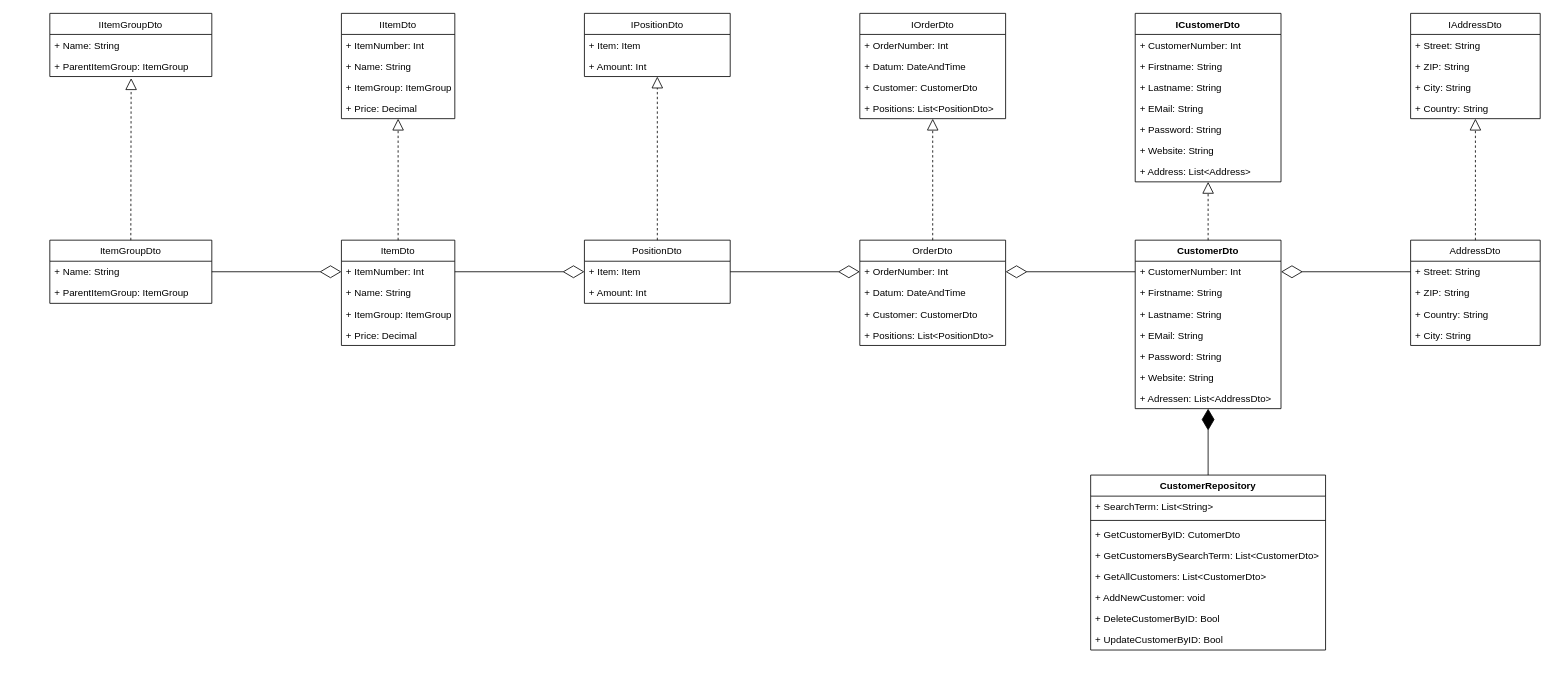
This is JobManagement/Designs/UML_DataAccessLayer.drawio from smat91/JobManagement, a draw.io file, before an edit. Source tidied: cells renumbered, new cells numbered last; positions are measured from the earlier drawing's top-left corner, leaving out a move shared by most shapes. Both pictures are drawn from the tidied source at 81%, with x=0, y=0 at pixel (49, 13).
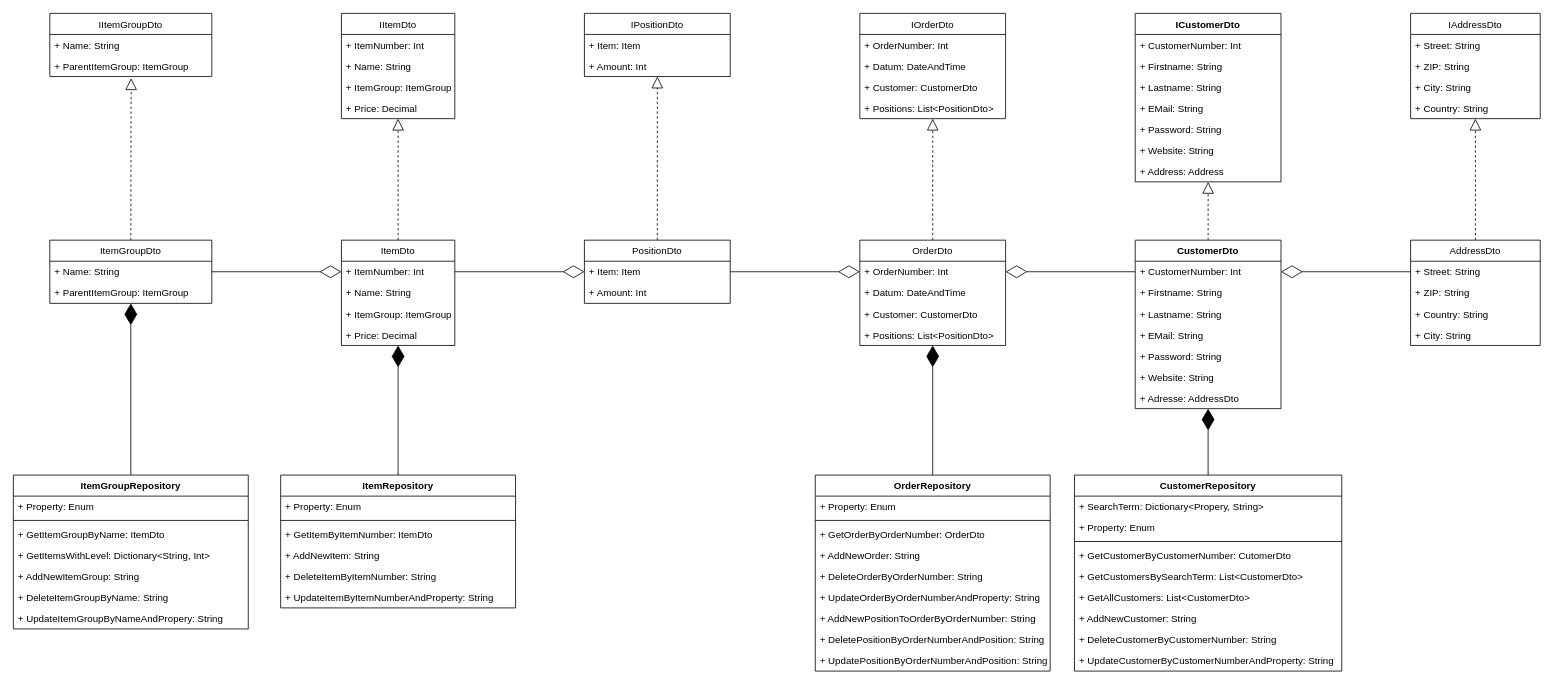
Above is the later version.

Unchanged cells that the change refers to:
```xml
<mxCell id="2" value="ICustomerDto" style="swimlane;fontStyle=1;align=center;verticalAlign=top;horizontal=1;startSize=26;" parent="1" vertex="1">
  <mxGeometry x="1340" width="180" height="208" as="geometry" />
</mxCell>
<mxCell id="10" value="CustomerDto" style="swimlane;fontStyle=1;align=center;verticalAlign=top;horizontal=1;startSize=26;" parent="1" vertex="1">
  <mxGeometry x="1340" y="280" width="180" height="208" as="geometry" />
</mxCell>
<mxCell id="31" value="ItemGroupDto" style="swimlane;fontStyle=0;horizontal=1;startSize=26;fillColor=none;labelBackgroundColor=none;" parent="1" vertex="1">
  <mxGeometry y="280" width="200" height="78" as="geometry" />
</mxCell>
<mxCell id="39" value="ItemDto" style="swimlane;fontStyle=0;horizontal=1;startSize=26;fillColor=none;labelBackgroundColor=none;" parent="1" vertex="1">
  <mxGeometry x="360" y="280" width="140" height="130" as="geometry" />
</mxCell>
<mxCell id="56" value="OrderDto" style="swimlane;fontStyle=0;horizontal=1;startSize=26;fillColor=none;labelBackgroundColor=none;" parent="1" vertex="1">
  <mxGeometry x="1000" y="280" width="180" height="130" as="geometry" />
</mxCell>
```

Change to the diagram source:
```diff
@@
-    <mxCell id="9" value="+ Address: List&lt;Address&gt;" style="text;strokeColor=none;fillColor=none;align=left;verticalAlign=top;spacingLeft=4;spacingRight=4;overflow=hidden;points=[[0,0.5],[1,0.5]];portConstraint=eastwest;" parent="2" vertex="1">
+    <mxCell id="9" value="+ Address: Address" style="text;strokeColor=none;fillColor=none;align=left;verticalAlign=top;spacingLeft=4;spacingRight=4;overflow=hidden;points=[[0,0.5],[1,0.5]];portConstraint=eastwest;" parent="2" vertex="1">
       <mxGeometry y="182" width="180" height="26" as="geometry" />
     </mxCell>
@@
-    <mxCell id="17" value="+ Adressen: List&lt;AddressDto&gt;" style="text;strokeColor=none;fillColor=none;align=left;verticalAlign=top;spacingLeft=4;spacingRight=4;overflow=hidden;points=[[0,0.5],[1,0.5]];portConstraint=eastwest;" parent="10" vertex="1">
+    <mxCell id="17" value="+ Adresse: AddressDto" style="text;strokeColor=none;fillColor=none;align=left;verticalAlign=top;spacingLeft=4;spacingRight=4;overflow=hidden;points=[[0,0.5],[1,0.5]];portConstraint=eastwest;" parent="10" vertex="1">
       <mxGeometry y="182" width="180" height="26" as="geometry" />
     </mxCell>
@@
     <mxCell id="44" value="CustomerRepository" style="swimlane;fontStyle=1;align=center;verticalAlign=top;horizontal=1;startSize=26;labelBackgroundColor=none;" parent="1" vertex="1">
-      <mxGeometry x="1285" y="570" width="290" height="216" as="geometry" />
+      <mxGeometry x="1265" y="570" width="330" height="242" as="geometry" />
     </mxCell>
-    <mxCell id="45" value="+ SearchTerm: List&lt;String&gt;" style="text;strokeColor=none;fillColor=none;align=left;verticalAlign=top;spacingLeft=4;spacingRight=4;overflow=hidden;labelBackgroundColor=none;" parent="44" vertex="1">
-      <mxGeometry y="26" width="290" height="26" as="geometry" />
+    <mxCell id="45" value="+ SearchTerm: Dictionary&lt;Propery, String&gt;" style="text;strokeColor=none;fillColor=none;align=left;verticalAlign=top;spacingLeft=4;spacingRight=4;overflow=hidden;labelBackgroundColor=none;" parent="44" vertex="1">
+      <mxGeometry y="26" width="330" height="26" as="geometry" />
     </mxCell>
+    <mxCell id="81" value="+ Property: Enum" style="text;strokeColor=none;fillColor=none;align=left;verticalAlign=top;spacingLeft=4;spacingRight=4;overflow=hidden;" parent="44" vertex="1">
+      <mxGeometry y="52" width="330" height="26" as="geometry" />
+    </mxCell>
     <mxCell id="46" style="line;strokeWidth=1;fillColor=none;align=left;verticalAlign=middle;spacingTop=-1;spacingLeft=3;spacingRight=3;labelPosition=right;labelBackgroundColor=none;" parent="44" vertex="1">
-      <mxGeometry y="52" width="290" height="8" as="geometry" />
+      <mxGeometry y="78" width="330" height="8" as="geometry" />
     </mxCell>
-    <mxCell id="47" value="+ GetCustomerByID: CutomerDto" style="text;strokeColor=none;fillColor=none;align=left;verticalAlign=top;spacingLeft=4;spacingRight=4;overflow=hidden;labelBackgroundColor=none;" parent="44" vertex="1">
-      <mxGeometry y="60" width="290" height="26" as="geometry" />
+    <mxCell id="47" value="+ GetCustomerByCustomerNumber: CutomerDto" style="text;strokeColor=none;fillColor=none;align=left;verticalAlign=top;spacingLeft=4;spacingRight=4;overflow=hidden;labelBackgroundColor=none;" parent="44" vertex="1">
+      <mxGeometry y="86" width="330" height="26" as="geometry" />
     </mxCell>
     <mxCell id="48" value="+ GetCustomersBySearchTerm: List&lt;CustomerDto&gt;" style="text;strokeColor=none;fillColor=none;align=left;verticalAlign=top;spacingLeft=4;spacingRight=4;overflow=hidden;" parent="44" vertex="1">
-      <mxGeometry y="86" width="290" height="26" as="geometry" />
+      <mxGeometry y="112" width="330" height="26" as="geometry" />
     </mxCell>
     <mxCell id="49" value="+ GetAllCustomers: List&lt;CustomerDto&gt;" style="text;strokeColor=none;fillColor=none;align=left;verticalAlign=top;spacingLeft=4;spacingRight=4;overflow=hidden;" parent="44" vertex="1">
-      <mxGeometry y="112" width="290" height="26" as="geometry" />
+      <mxGeometry y="138" width="330" height="26" as="geometry" />
     </mxCell>
-    <mxCell id="50" value="+ AddNewCustomer: void" style="text;strokeColor=none;fillColor=none;align=left;verticalAlign=top;spacingLeft=4;spacingRight=4;overflow=hidden;" parent="44" vertex="1">
-      <mxGeometry y="138" width="290" height="26" as="geometry" />
+    <mxCell id="50" value="+ AddNewCustomer: String" style="text;strokeColor=none;fillColor=none;align=left;verticalAlign=top;spacingLeft=4;spacingRight=4;overflow=hidden;" parent="44" vertex="1">
+      <mxGeometry y="164" width="330" height="26" as="geometry" />
     </mxCell>
-    <mxCell id="51" value="+ DeleteCustomerByID: Bool" style="text;strokeColor=none;fillColor=none;align=left;verticalAlign=top;spacingLeft=4;spacingRight=4;overflow=hidden;" parent="44" vertex="1">
-      <mxGeometry y="164" width="290" height="26" as="geometry" />
+    <mxCell id="51" value="+ DeleteCustomerByCustomerNumber: String" style="text;strokeColor=none;fillColor=none;align=left;verticalAlign=top;spacingLeft=4;spacingRight=4;overflow=hidden;" parent="44" vertex="1">
+      <mxGeometry y="190" width="330" height="26" as="geometry" />
     </mxCell>
-    <mxCell id="52" value="+ UpdateCustomerByID: Bool" style="text;strokeColor=none;fillColor=none;align=left;verticalAlign=top;spacingLeft=4;spacingRight=4;overflow=hidden;" parent="44" vertex="1">
-      <mxGeometry y="190" width="290" height="26" as="geometry" />
+    <mxCell id="52" value="+ UpdateCustomerByCustomerNumberAndProperty: String" style="text;strokeColor=none;fillColor=none;align=left;verticalAlign=top;spacingLeft=4;spacingRight=4;overflow=hidden;" parent="44" vertex="1">
+      <mxGeometry y="216" width="330" height="26" as="geometry" />
     </mxCell>
@@
+    <mxCell id="82" value="OrderRepository" style="swimlane;fontStyle=1;align=center;verticalAlign=top;horizontal=1;startSize=26;labelBackgroundColor=none;" parent="1" vertex="1">
+      <mxGeometry x="945" y="570" width="290" height="242" as="geometry" />
+    </mxCell>
+    <mxCell id="83" value="+ Property: Enum" style="text;strokeColor=none;fillColor=none;align=left;verticalAlign=top;spacingLeft=4;spacingRight=4;overflow=hidden;" parent="82" vertex="1">
+      <mxGeometry y="26" width="290" height="26" as="geometry" />
+    </mxCell>
+    <mxCell id="84" style="line;strokeWidth=1;fillColor=none;align=left;verticalAlign=middle;spacingTop=-1;spacingLeft=3;spacingRight=3;labelPosition=right;labelBackgroundColor=none;" parent="82" vertex="1">
+      <mxGeometry y="52" width="290" height="8" as="geometry" />
+    </mxCell>
+    <mxCell id="85" value="+ GetOrderByOrderNumber: OrderDto" style="text;strokeColor=none;fillColor=none;align=left;verticalAlign=top;spacingLeft=4;spacingRight=4;overflow=hidden;labelBackgroundColor=none;" parent="82" vertex="1">
+      <mxGeometry y="60" width="290" height="26" as="geometry" />
+    </mxCell>
+    <mxCell id="86" value="+ AddNewOrder: String" style="text;strokeColor=none;fillColor=none;align=left;verticalAlign=top;spacingLeft=4;spacingRight=4;overflow=hidden;" parent="82" vertex="1">
+      <mxGeometry y="86" width="290" height="26" as="geometry" />
+    </mxCell>
+    <mxCell id="87" value="+ DeleteOrderByOrderNumber: String" style="text;strokeColor=none;fillColor=none;align=left;verticalAlign=top;spacingLeft=4;spacingRight=4;overflow=hidden;" parent="82" vertex="1">
+      <mxGeometry y="112" width="290" height="26" as="geometry" />
+    </mxCell>
+    <mxCell id="88" value="+ UpdateOrderByOrderNumberAndProperty: String" style="text;strokeColor=none;fillColor=none;align=left;verticalAlign=top;spacingLeft=4;spacingRight=4;overflow=hidden;" parent="82" vertex="1">
+      <mxGeometry y="138" width="290" height="26" as="geometry" />
+    </mxCell>
+    <mxCell id="89" value="+ AddNewPositionToOrderByOrderNumber: String" style="text;strokeColor=none;fillColor=none;align=left;verticalAlign=top;spacingLeft=4;spacingRight=4;overflow=hidden;" parent="82" vertex="1">
+      <mxGeometry y="164" width="290" height="26" as="geometry" />
+    </mxCell>
+    <mxCell id="90" value="+ DeletePositionByOrderNumberAndPosition: String" style="text;strokeColor=none;fillColor=none;align=left;verticalAlign=top;spacingLeft=4;spacingRight=4;overflow=hidden;" parent="82" vertex="1">
+      <mxGeometry y="190" width="290" height="26" as="geometry" />
+    </mxCell>
+    <mxCell id="91" value="+ UpdatePositionByOrderNumberAndPosition: String" style="text;strokeColor=none;fillColor=none;align=left;verticalAlign=top;spacingLeft=4;spacingRight=4;overflow=hidden;" parent="82" vertex="1">
+      <mxGeometry y="216" width="290" height="26" as="geometry" />
+    </mxCell>
+    <mxCell id="92" style="endArrow=diamondThin;endFill=1;endSize=24;html=1;rounded=0;" parent="1" edge="1" source="82" target="56">
+      <mxGeometry relative="1" as="geometry" />
+    </mxCell>
+    <mxCell id="93" value="ItemRepository" style="swimlane;fontStyle=1;align=center;verticalAlign=top;horizontal=1;startSize=26;labelBackgroundColor=none;" parent="1" vertex="1">
+      <mxGeometry x="285" y="570" width="290" height="164" as="geometry" />
+    </mxCell>
+    <mxCell id="94" value="+ Property: Enum" style="text;strokeColor=none;fillColor=none;align=left;verticalAlign=top;spacingLeft=4;spacingRight=4;overflow=hidden;" parent="93" vertex="1">
+      <mxGeometry y="26" width="290" height="26" as="geometry" />
+    </mxCell>
+    <mxCell id="95" style="line;strokeWidth=1;fillColor=none;align=left;verticalAlign=middle;spacingTop=-1;spacingLeft=3;spacingRight=3;labelPosition=right;labelBackgroundColor=none;" parent="93" vertex="1">
+      <mxGeometry y="52" width="290" height="8" as="geometry" />
+    </mxCell>
+    <mxCell id="96" value="+ GetItemByItemNumber: ItemDto" style="text;strokeColor=none;fillColor=none;align=left;verticalAlign=top;spacingLeft=4;spacingRight=4;overflow=hidden;labelBackgroundColor=none;" parent="93" vertex="1">
+      <mxGeometry y="60" width="290" height="26" as="geometry" />
+    </mxCell>
+    <mxCell id="97" value="+ AddNewItem: String" style="text;strokeColor=none;fillColor=none;align=left;verticalAlign=top;spacingLeft=4;spacingRight=4;overflow=hidden;" parent="93" vertex="1">
+      <mxGeometry y="86" width="290" height="26" as="geometry" />
+    </mxCell>
+    <mxCell id="98" value="+ DeleteItemByItemNumber: String" style="text;strokeColor=none;fillColor=none;align=left;verticalAlign=top;spacingLeft=4;spacingRight=4;overflow=hidden;" parent="93" vertex="1">
+      <mxGeometry y="112" width="290" height="26" as="geometry" />
+    </mxCell>
+    <mxCell id="99" value="+ UpdateItemByItemNumberAndProperty: String" style="text;strokeColor=none;fillColor=none;align=left;verticalAlign=top;spacingLeft=4;spacingRight=4;overflow=hidden;" parent="93" vertex="1">
+      <mxGeometry y="138" width="290" height="26" as="geometry" />
+    </mxCell>
+    <mxCell id="100" style="endArrow=diamondThin;endFill=1;endSize=24;html=1;rounded=0;" parent="1" edge="1" source="93" target="39">
+      <mxGeometry relative="1" as="geometry" />
+    </mxCell>
+    <mxCell id="101" value="ItemGroupRepository" style="swimlane;fontStyle=1;align=center;verticalAlign=top;horizontal=1;startSize=26;labelBackgroundColor=none;" parent="1" vertex="1">
+      <mxGeometry x="-45" y="570" width="290" height="190" as="geometry" />
+    </mxCell>
+    <mxCell id="102" value="+ Property: Enum" style="text;strokeColor=none;fillColor=none;align=left;verticalAlign=top;spacingLeft=4;spacingRight=4;overflow=hidden;" parent="101" vertex="1">
+      <mxGeometry y="26" width="290" height="26" as="geometry" />
+    </mxCell>
+    <mxCell id="103" style="line;strokeWidth=1;fillColor=none;align=left;verticalAlign=middle;spacingTop=-1;spacingLeft=3;spacingRight=3;labelPosition=right;labelBackgroundColor=none;" parent="101" vertex="1">
+      <mxGeometry y="52" width="290" height="8" as="geometry" />
+    </mxCell>
+    <mxCell id="104" value="+ GetItemGroupByName: ItemDto" style="text;strokeColor=none;fillColor=none;align=left;verticalAlign=top;spacingLeft=4;spacingRight=4;overflow=hidden;labelBackgroundColor=none;" parent="101" vertex="1">
+      <mxGeometry y="60" width="290" height="26" as="geometry" />
+    </mxCell>
+    <mxCell id="105" value="+ GetItemsWithLevel: Dictionary&lt;String, Int&gt;" style="text;strokeColor=none;fillColor=none;align=left;verticalAlign=top;spacingLeft=4;spacingRight=4;overflow=hidden;" parent="101" vertex="1">
+      <mxGeometry y="86" width="290" height="26" as="geometry" />
+    </mxCell>
+    <mxCell id="106" value="+ AddNewItemGroup: String" style="text;strokeColor=none;fillColor=none;align=left;verticalAlign=top;spacingLeft=4;spacingRight=4;overflow=hidden;" parent="101" vertex="1">
+      <mxGeometry y="112" width="290" height="26" as="geometry" />
+    </mxCell>
+    <mxCell id="107" value="+ DeleteItemGroupByName: String" style="text;strokeColor=none;fillColor=none;align=left;verticalAlign=top;spacingLeft=4;spacingRight=4;overflow=hidden;" parent="101" vertex="1">
+      <mxGeometry y="138" width="290" height="26" as="geometry" />
+    </mxCell>
+    <mxCell id="108" value="+ UpdateItemGroupByNameAndPropery: String" style="text;strokeColor=none;fillColor=none;align=left;verticalAlign=top;spacingLeft=4;spacingRight=4;overflow=hidden;" parent="101" vertex="1">
+      <mxGeometry y="164" width="290" height="26" as="geometry" />
+    </mxCell>
+    <mxCell id="109" style="endArrow=diamondThin;endFill=1;endSize=24;html=1;rounded=0;" parent="1" edge="1" source="101" target="31">
+      <mxGeometry relative="1" as="geometry" />
+    </mxCell>
```
